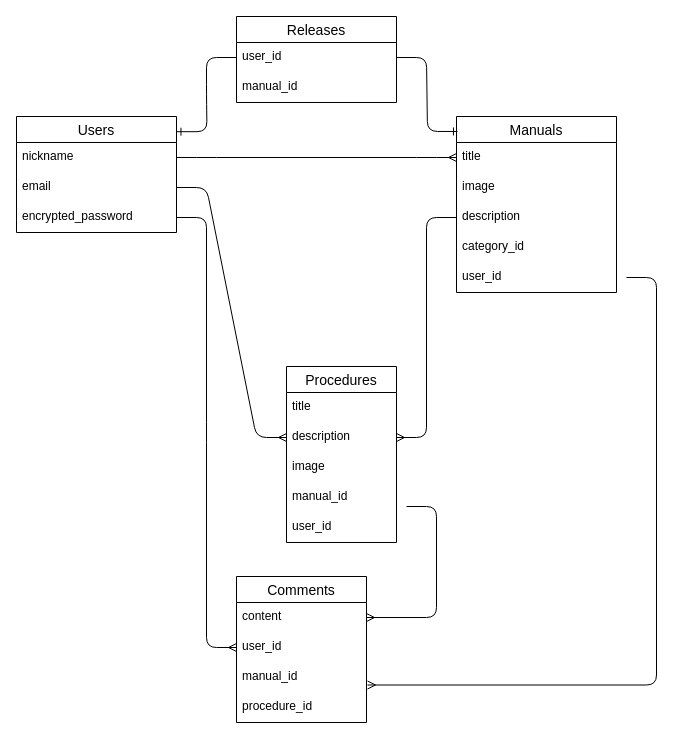
Before: table.dio in CatAisa/manual-app, a draw.io diagram. Source tidied: cells renumbered, new cells numbered last; positions are measured from the earlier drawing's top-left corner, leaving out a move shared by most shapes. Both pictures are drawn from the tidied source at 100%, with x=0, y=0 at pixel (16, 16).
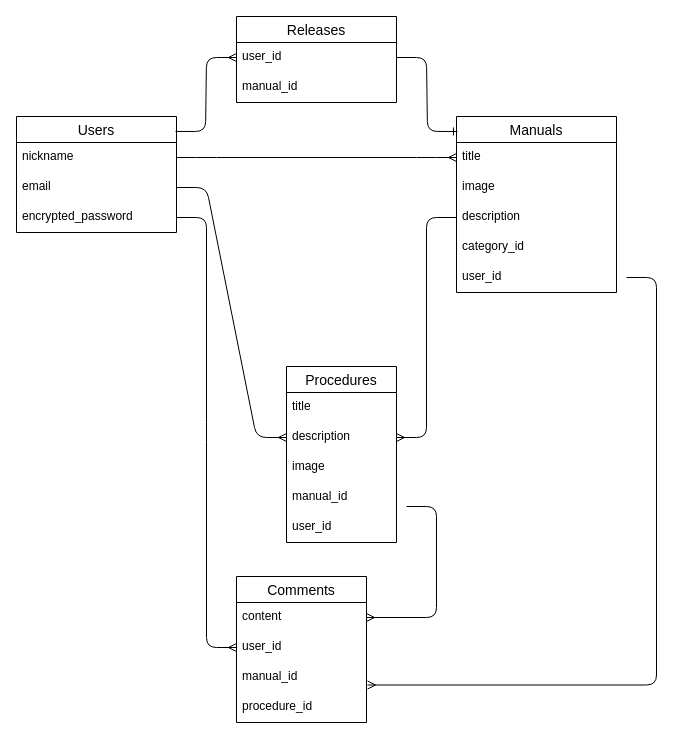
Above is the later version.

Commit message (it also covers changes not shown here):
データベース設計の修正

The change refers to these unchanged cells:
```xml
<mxCell id="2" value="Users" style="swimlane;fontStyle=0;horizontal=1;startSize=26;align=center;fontSize=14;" parent="1" vertex="1">
  <mxGeometry y="100" width="160" height="116" as="geometry" />
</mxCell>
<mxCell id="29" value="user_id" style="text;strokeColor=none;fillColor=none;spacingLeft=4;spacingRight=4;overflow=hidden;points=[[0,0.5],[1,0.5]];portConstraint=eastwest;fontSize=12;" parent="28" vertex="1">
  <mxGeometry y="26" width="160" height="30" as="geometry" />
</mxCell>
```

Diff of the diagram source:
```diff
@@
-    <mxCell id="32" style="edgeStyle=entityRelationEdgeStyle;fontSize=12;html=1;endArrow=ERone;endFill=1;entryX=1.003;entryY=0.131;entryDx=0;entryDy=0;entryPerimeter=0;exitX=0;exitY=0.5;exitDx=0;exitDy=0;" parent="1" edge="1" source="29" target="2">
-      <mxGeometry relative="1" as="geometry" />
-    </mxCell>
@@
+    <mxCell id="34" style="edgeStyle=entityRelationEdgeStyle;fontSize=12;html=1;endArrow=ERmany;exitX=0.994;exitY=0.129;exitDx=0;exitDy=0;exitPerimeter=0;entryX=0;entryY=0.5;entryDx=0;entryDy=0;" parent="1" edge="1" source="2" target="29">
+      <mxGeometry relative="1" as="geometry" />
+    </mxCell>
```
